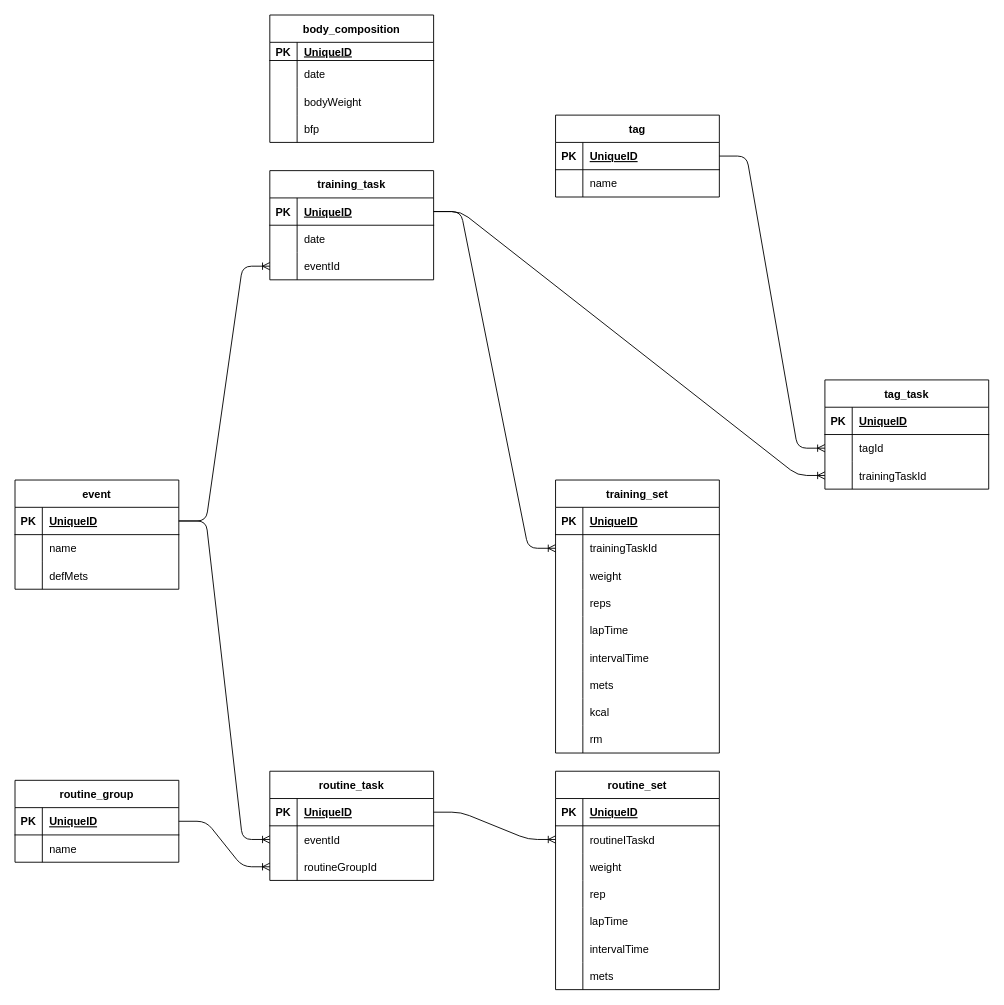
Before: doc/db.dio in NaitoFumi/atlas, a draw.io diagram. Source tidied: cells renumbered, new cells numbered last; positions are measured from the earlier drawing's top-left corner, leaving out a move shared by most shapes. Both pictures are drawn from the tidied source at 91%, with x=0, y=0 at pixel (15, 15).
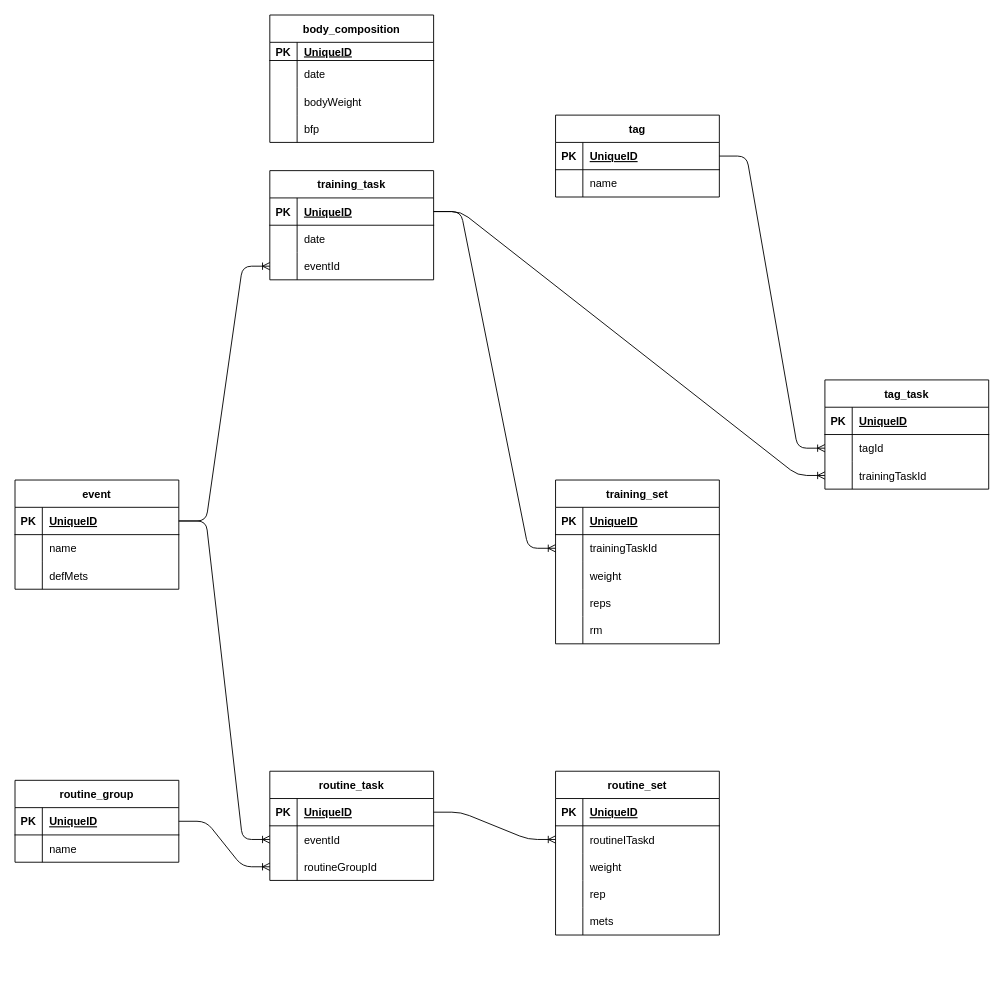
Above is the later version.

What changed in the source:
```diff
@@
     <mxCell id="12" value="training_set" style="shape=table;startSize=30;childLayout=tableLayout;rowLines=0;fontStyle=1;align=center;" parent="1" vertex="1">
-      <mxGeometry x="594" y="511" width="180" height="300" as="geometry" />
+      <mxGeometry x="594" y="511" width="180" height="180" as="geometry" />
     </mxCell>
@@
-    <mxCell id="25" style="shape=tableRow;horizontal=0;startSize=0;swimlaneHead=0;swimlaneBody=0;fillColor=none;top=0;left=0;right=0;bottom=0;" parent="12" vertex="1">
-      <mxGeometry y="150" width="180" height="30" as="geometry" />
-    </mxCell>
-    <mxCell id="26" style="shape=partialRectangle;fillColor=none;top=0;left=0;bottom=0;right=0;overflow=hidden;" parent="25" vertex="1">
-      <mxGeometry width="30" height="30" as="geometry" />
-    </mxCell>
-    <mxCell id="27" value="lapTime" style="shape=partialRectangle;fillColor=none;top=0;left=0;bottom=0;right=0;align=left;spacingLeft=6;overflow=hidden;" parent="25" vertex="1">
-      <mxGeometry x="30" width="150" height="30" as="geometry" />
-    </mxCell>
-    <mxCell id="28" style="shape=tableRow;horizontal=0;startSize=0;swimlaneHead=0;swimlaneBody=0;fillColor=none;top=0;left=0;right=0;bottom=0;" parent="12" vertex="1">
-      <mxGeometry y="180" width="180" height="30" as="geometry" />
-    </mxCell>
-    <mxCell id="29" style="shape=partialRectangle;fillColor=none;top=0;left=0;bottom=0;right=0;overflow=hidden;" parent="28" vertex="1">
-      <mxGeometry width="30" height="30" as="geometry" />
-    </mxCell>
-    <mxCell id="30" value="intervalTime" style="shape=partialRectangle;fillColor=none;top=0;left=0;bottom=0;right=0;align=left;spacingLeft=6;overflow=hidden;" parent="28" vertex="1">
-      <mxGeometry x="30" width="150" height="30" as="geometry" />
-    </mxCell>
-    <mxCell id="31" style="shape=tableRow;horizontal=0;startSize=0;swimlaneHead=0;swimlaneBody=0;fillColor=none;top=0;left=0;right=0;bottom=0;" parent="12" vertex="1">
-      <mxGeometry y="210" width="180" height="30" as="geometry" />
-    </mxCell>
-    <mxCell id="32" style="shape=partialRectangle;fillColor=none;top=0;left=0;bottom=0;right=0;overflow=hidden;" parent="31" vertex="1">
-      <mxGeometry width="30" height="30" as="geometry" />
-    </mxCell>
-    <mxCell id="33" value="mets" style="shape=partialRectangle;fillColor=none;top=0;left=0;bottom=0;right=0;align=left;spacingLeft=6;overflow=hidden;" parent="31" vertex="1">
-      <mxGeometry x="30" width="150" height="30" as="geometry" />
-    </mxCell>
-    <mxCell id="34" style="shape=tableRow;horizontal=0;startSize=0;swimlaneHead=0;swimlaneBody=0;fillColor=none;top=0;left=0;right=0;bottom=0;" parent="12" vertex="1">
-      <mxGeometry y="240" width="180" height="30" as="geometry" />
-    </mxCell>
-    <mxCell id="35" style="shape=partialRectangle;fillColor=none;top=0;left=0;bottom=0;right=0;overflow=hidden;" parent="34" vertex="1">
-      <mxGeometry width="30" height="30" as="geometry" />
-    </mxCell>
-    <mxCell id="36" value="kcal" style="shape=partialRectangle;fillColor=none;top=0;left=0;bottom=0;right=0;align=left;spacingLeft=6;overflow=hidden;" parent="34" vertex="1">
-      <mxGeometry x="30" width="150" height="30" as="geometry" />
-    </mxCell>
     <mxCell id="37" style="shape=tableRow;horizontal=0;startSize=0;swimlaneHead=0;swimlaneBody=0;fillColor=none;top=0;left=0;right=0;bottom=0;" parent="12" vertex="1">
-      <mxGeometry y="270" width="180" height="30" as="geometry" />
+      <mxGeometry y="150" width="180" height="30" as="geometry" />
     </mxCell>
@@
     <mxCell id="58" value="routine_set" style="shape=table;startSize=30;childLayout=tableLayout;rowLines=0;fontStyle=1;align=center;" parent="1" vertex="1">
-      <mxGeometry x="594" y="831" width="180" height="240" as="geometry" />
+      <mxGeometry x="594" y="831" width="180" height="180" as="geometry" />
     </mxCell>
@@
-    <mxCell id="71" style="shape=tableRow;horizontal=0;startSize=0;swimlaneHead=0;swimlaneBody=0;fillColor=none;top=0;left=0;right=0;bottom=0;" parent="58" vertex="1">
-      <mxGeometry y="150" width="180" height="30" as="geometry" />
-    </mxCell>
-    <mxCell id="72" style="shape=partialRectangle;fillColor=none;top=0;left=0;bottom=0;right=0;overflow=hidden;" parent="71" vertex="1">
-      <mxGeometry width="30" height="30" as="geometry" />
-    </mxCell>
-    <mxCell id="73" value="lapTime" style="shape=partialRectangle;fillColor=none;top=0;left=0;bottom=0;right=0;align=left;spacingLeft=6;overflow=hidden;" parent="71" vertex="1">
-      <mxGeometry x="30" width="150" height="30" as="geometry" />
-    </mxCell>
-    <mxCell id="74" style="shape=tableRow;horizontal=0;startSize=0;swimlaneHead=0;swimlaneBody=0;fillColor=none;top=0;left=0;right=0;bottom=0;" parent="58" vertex="1">
-      <mxGeometry y="180" width="180" height="30" as="geometry" />
-    </mxCell>
-    <mxCell id="75" style="shape=partialRectangle;fillColor=none;top=0;left=0;bottom=0;right=0;overflow=hidden;" parent="74" vertex="1">
-      <mxGeometry width="30" height="30" as="geometry" />
-    </mxCell>
-    <mxCell id="76" value="intervalTime" style="shape=partialRectangle;fillColor=none;top=0;left=0;bottom=0;right=0;align=left;spacingLeft=6;overflow=hidden;" parent="74" vertex="1">
-      <mxGeometry x="30" width="150" height="30" as="geometry" />
-    </mxCell>
     <mxCell id="77" style="shape=tableRow;horizontal=0;startSize=0;swimlaneHead=0;swimlaneBody=0;fillColor=none;top=0;left=0;right=0;bottom=0;" parent="58" vertex="1">
-      <mxGeometry y="210" width="180" height="30" as="geometry" />
+      <mxGeometry y="150" width="180" height="30" as="geometry" />
     </mxCell>
```
